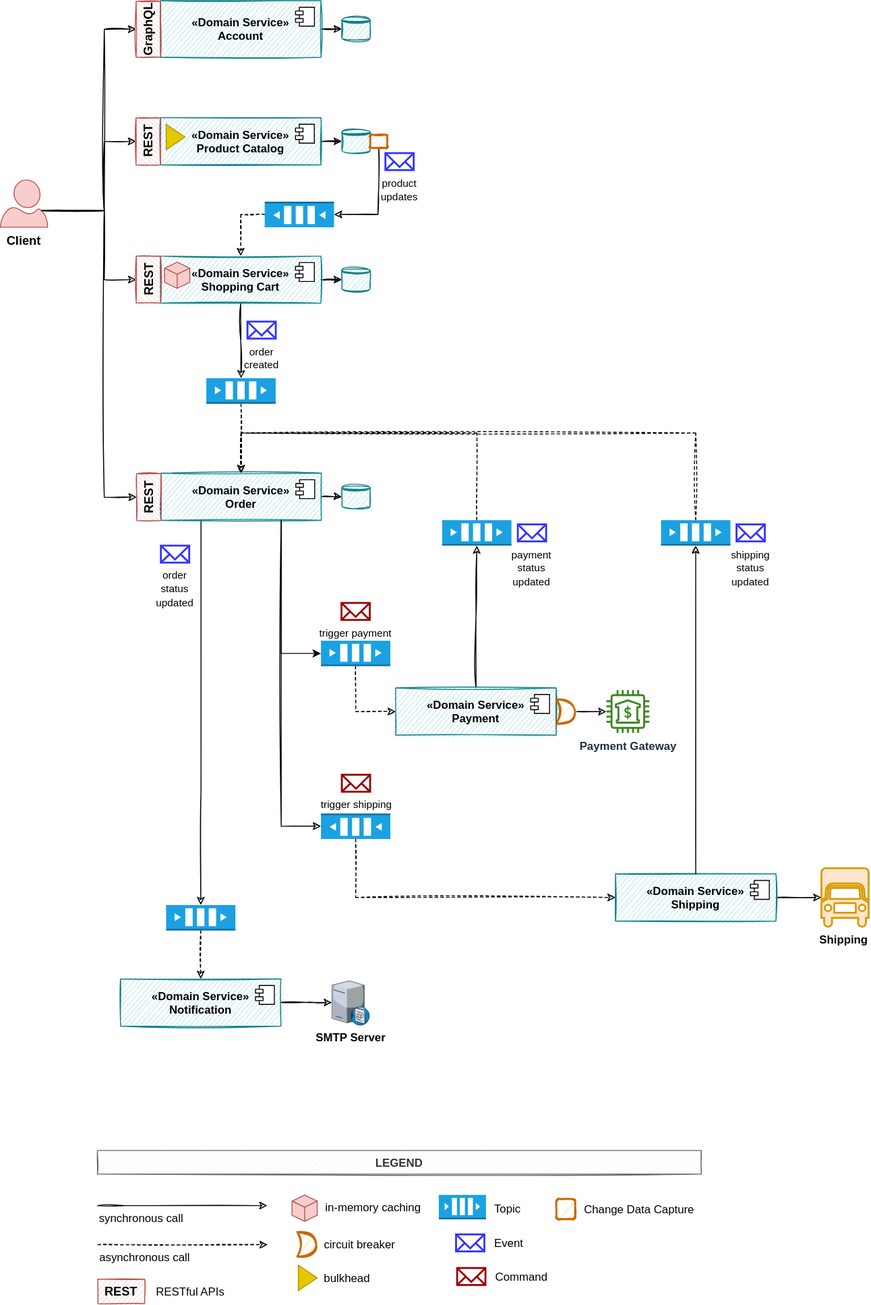
Before: assets/diagrams/software-architecture-diagram.svg, a diagram exported from draw.io (ionutbalosin/ecommerce-app). Source tidied: cells renumbered, new cells last; positions are measured from the earlier drawing's top-left corner, leaving out a move shared by most shapes.
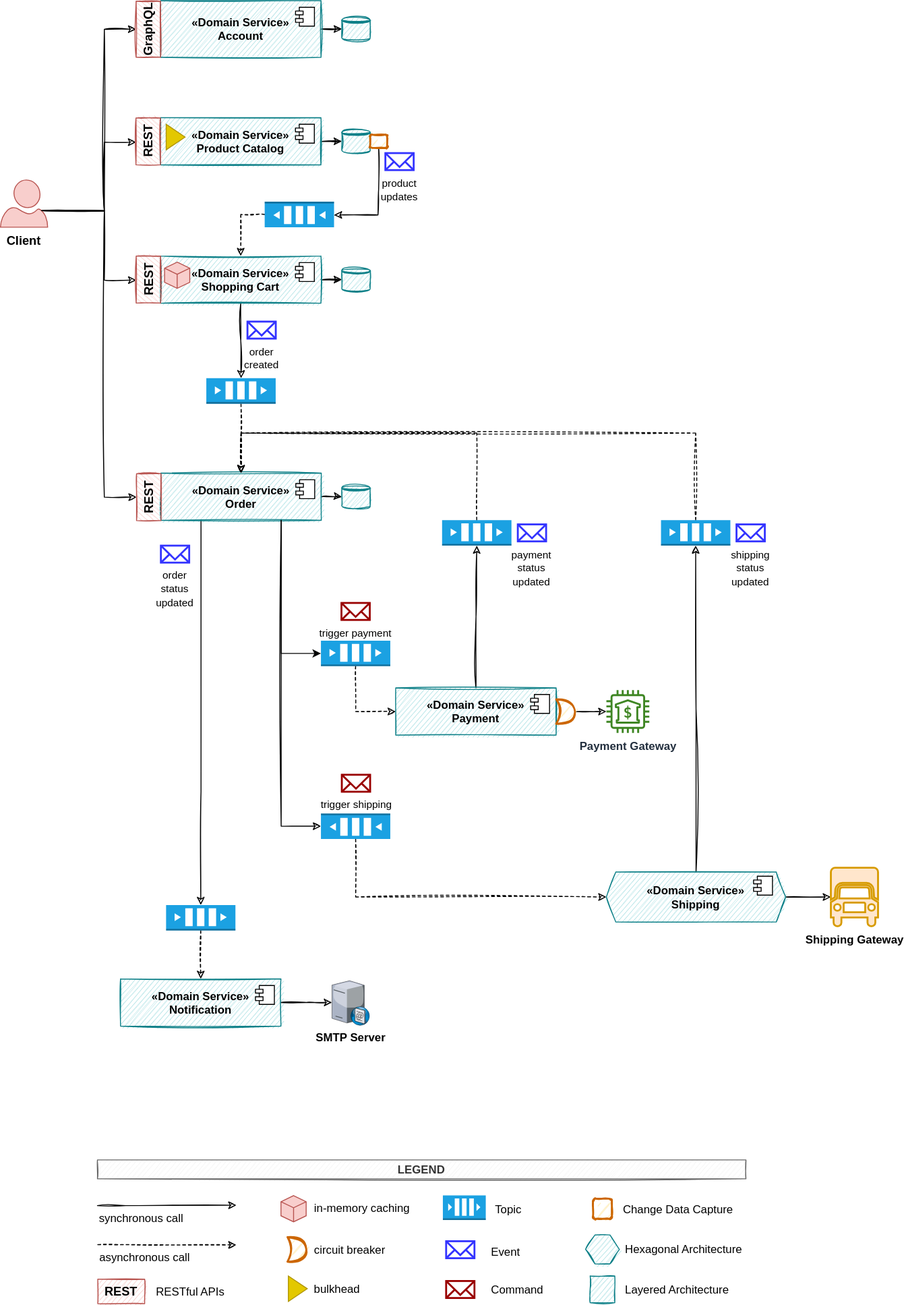
After the commit.

Change to the diagram source:
```diff
@@ -11,14 +11,14 @@
     <mxCell id="4" style="edgeStyle=orthogonalEdgeStyle;rounded=0;orthogonalLoop=1;jettySize=auto;sketch=1;" parent="1" edge="1">
       <mxGeometry relative="1" as="geometry">
         <mxPoint x="102.8" y="1276.4" as="sourcePoint" />
-        <mxPoint x="282.8" y="1276.4" as="targetPoint" />
+        <mxPoint x="250" y="1276" as="targetPoint" />
         <Array as="points">
           <mxPoint x="132.8" y="1276.4" />
         </Array>
       </mxGeometry>
     </mxCell>
     <mxCell id="5" value="LEGEND" style="text;align=center;verticalAlign=middle;rounded=0;fontStyle=1;sketch=1;fillColor=#f5f5f5;fontColor=#333333;strokeColor=#666666;" parent="1" vertex="1">
-      <mxGeometry x="102.8" y="1218" width="640" height="25" as="geometry" />
+      <mxGeometry x="102.8" y="1228" width="687.2" height="20" as="geometry" />
     </mxCell>
     <mxCell id="6" style="shape=datastore;fillColor=#b0e3e6;strokeColor=#0e8088;sketch=1;shadow=0;fontStyle=1;" parent="1" vertex="1">
       <mxGeometry x="361.8" y="283" width="30" height="25" as="geometry" />
@@ -37,13 +37,13 @@
       <mxGeometry x="361.8" y="513.1" width="30" height="25" as="geometry" />
     </mxCell>
     <mxCell id="10" style="html=1;whiteSpace=wrap;shape=isoCube2;backgroundOutline=1;isoAngle=15;fillColor=#f8cecc;strokeColor=#b85450;" parent="1" vertex="1">
-      <mxGeometry x="309" y="1265.2" width="26.7" height="27.8" as="geometry" />
+      <mxGeometry x="297.2" y="1265.9" width="26.7" height="27.8" as="geometry" />
     </mxCell>
     <mxCell id="11" value="in-memory caching" style="text;strokeColor=none;fillColor=none;align=left;verticalAlign=middle;rounded=0;" parent="1" vertex="1">
-      <mxGeometry x="342.5" y="1263" width="120" height="30" as="geometry" />
+      <mxGeometry x="330.8" y="1263.6" width="120" height="30" as="geometry" />
     </mxCell>
     <mxCell id="12" value="circuit breaker" style="text;strokeColor=none;fillColor=none;align=left;verticalAlign=middle;rounded=0;" parent="1" vertex="1">
-      <mxGeometry x="341.2" y="1302.4" width="120" height="30" as="geometry" />
+      <mxGeometry x="330.8" y="1307.8" width="120" height="30" as="geometry" />
     </mxCell>
     <mxCell id="13" value="asynchronous call" style="text;strokeColor=none;fillColor=none;align=left;verticalAlign=middle;rounded=0;" parent="1" vertex="1">
       <mxGeometry x="103.1" y="1315.8" width="140" height="30" as="geometry" />
@@ -51,26 +51,26 @@
     <mxCell id="14" style="edgeStyle=orthogonalEdgeStyle;rounded=0;orthogonalLoop=1;jettySize=auto;dashed=1;sketch=1;" parent="1" edge="1">
       <mxGeometry relative="1" as="geometry">
         <mxPoint x="103.1" y="1317.8" as="sourcePoint" />
-        <mxPoint x="283.1" y="1317.8" as="targetPoint" />
+        <mxPoint x="250" y="1318" as="targetPoint" />
         <Array as="points">
           <mxPoint x="133.1" y="1317.8" />
         </Array>
       </mxGeometry>
     </mxCell>
     <mxCell id="15" style="dashed=0;verticalLabelPosition=bottom;verticalAlign=top;align=center;html=1;shape=mxgraph.aws3.queue;fillColor=#1ba1e2;gradientColor=none;rotation=0;strokeColor=#006EAF;fontColor=#ffffff;sketch=0;shadow=0;" parent="1" vertex="1">
-      <mxGeometry x="464.5" y="1265" width="50" height="26" as="geometry" />
+      <mxGeometry x="468.8" y="1265.6" width="45.5" height="26" as="geometry" />
     </mxCell>
     <mxCell id="16" value="Topic" style="text;strokeColor=none;fillColor=none;align=left;verticalAlign=middle;rounded=0;" parent="1" vertex="1">
-      <mxGeometry x="521.6" y="1264.1" width="61.1" height="30" as="geometry" />
+      <mxGeometry x="522.5" y="1264.7" width="61.1" height="30" as="geometry" />
     </mxCell>
     <mxCell id="17" value="&lt;font style=&quot;font-size: 11px;&quot;&gt;trigger payment&lt;/font&gt;" style="html=1;verticalLabelPosition=bottom;align=center;labelBackgroundColor=#ffffff;verticalAlign=top;strokeWidth=2;strokeColor=#990000;shadow=0;dashed=0;shape=mxgraph.ios7.icons.mail;fillColor=none;" parent="1" vertex="1">
       <mxGeometry x="361.4" y="638" width="30" height="18" as="geometry" />
     </mxCell>
     <mxCell id="18" style="html=1;verticalLabelPosition=bottom;align=center;labelBackgroundColor=#ffffff;verticalAlign=top;strokeWidth=2;strokeColor=#3333FF;shadow=0;dashed=0;shape=mxgraph.ios7.icons.mail;" parent="1" vertex="1">
-      <mxGeometry x="482.8" y="1306.9" width="30" height="18" as="geometry" />
+      <mxGeometry x="472.3" y="1314.1" width="30" height="18" as="geometry" />
     </mxCell>
     <mxCell id="19" value="Event" style="text;strokeColor=none;fillColor=none;align=left;verticalAlign=middle;rounded=0;" parent="1" vertex="1">
-      <mxGeometry x="521.6" y="1300.9" width="61.1" height="30" as="geometry" />
+      <mxGeometry x="518.3" y="1310.1" width="61.1" height="30" as="geometry" />
     </mxCell>
     <mxCell id="20" style="edgeStyle=orthogonalEdgeStyle;rounded=0;jettySize=auto;html=1;exitX=0.87;exitY=0.65;exitDx=0;exitDy=0;entryX=0.5;entryY=0;entryDx=0;entryDy=0;sketch=1;exitPerimeter=0;" parent="1" edge="1" source="63" target="89">
       <mxGeometry relative="1" as="geometry">
@@ -119,14 +119,6 @@
         </Array>
       </mxGeometry>
     </mxCell>
-    <mxCell id="30" value="«Domain Service»&#10;Shipping" style="fillColor=#b0e3e6;strokeColor=#0e8088;sketch=1;shadow=0;fontStyle=1;" parent="1" vertex="1">
-      <mxGeometry x="651.8" y="925" width="170" height="50" as="geometry" />
-    </mxCell>
-    <mxCell id="31" style="shape=component;jettyWidth=8;jettyHeight=4;" parent="30" vertex="1">
-      <mxGeometry x="1" width="20" height="20" relative="1" as="geometry">
-        <mxPoint x="-27" y="7" as="offset" />
-      </mxGeometry>
-    </mxCell>
     <mxCell id="32" style="edgeStyle=orthogonalEdgeStyle;rounded=0;jettySize=auto;html=1;exitX=0.5;exitY=0;exitDx=0;exitDy=0;exitPerimeter=0;dashed=1;fontSize=11;entryX=0;entryY=0.5;entryDx=0;entryDy=0;sketch=1;" parent="1" edge="1" source="33" target="30">
       <mxGeometry relative="1" as="geometry" />
     </mxCell>
@@ -197,7 +189,7 @@
       </mxGeometry>
     </mxCell>
     <mxCell id="52" value="Change Data Capture" style="text;strokeColor=none;fillColor=none;align=left;verticalAlign=middle;rounded=0;" parent="1" vertex="1">
-      <mxGeometry x="616.8" y="1265" width="126.2" height="30" as="geometry" />
+      <mxGeometry x="658" y="1264.7" width="126.2" height="30" as="geometry" />
     </mxCell>
     <mxCell id="53" value="&lt;b&gt;SMTP Server&lt;/b&gt;" style="verticalLabelPosition=bottom;sketch=0;html=1;verticalAlign=top;strokeColor=none;align=center;outlineConnect=0;shape=mxgraph.citrix.smtp_server;" parent="1" vertex="1">
       <mxGeometry x="351.3" y="1037" width="40.1" height="48.5" as="geometry" />
@@ -220,16 +212,16 @@
       <mxGeometry x="407.9" y="161.5" width="30" height="18" as="geometry" />
     </mxCell>
     <mxCell id="58" style="html=1;verticalLabelPosition=bottom;align=center;labelBackgroundColor=#ffffff;verticalAlign=top;strokeWidth=2;strokeColor=#990000;shadow=0;dashed=0;shape=mxgraph.ios7.icons.mail;fillColor=none;" parent="1" vertex="1">
-      <mxGeometry x="483.9" y="1342.5" width="30" height="18" as="geometry" />
+      <mxGeometry x="472.3" y="1356.3" width="30" height="18" as="geometry" />
     </mxCell>
     <mxCell id="59" value="Command" style="text;strokeColor=none;fillColor=none;align=left;verticalAlign=middle;rounded=0;" parent="1" vertex="1">
-      <mxGeometry x="522.8" y="1336.5" width="60" height="30" as="geometry" />
+      <mxGeometry x="518.3" y="1350.3" width="60" height="30" as="geometry" />
     </mxCell>
     <mxCell id="60" style="triangle;whiteSpace=wrap;html=1;fillColor=#e3c800;strokeColor=#B09500;fontColor=#000000;" parent="1" vertex="1">
-      <mxGeometry x="315.7" y="1339.5" width="20" height="27" as="geometry" />
+      <mxGeometry x="305.1" y="1350.9" width="20" height="27" as="geometry" />
     </mxCell>
     <mxCell id="61" value="bulkhead" style="text;strokeColor=none;fillColor=none;align=left;verticalAlign=middle;rounded=0;" parent="1" vertex="1">
-      <mxGeometry x="341.2" y="1338" width="122.2" height="30" as="geometry" />
+      <mxGeometry x="330.6" y="1349.4" width="122.2" height="30" as="geometry" />
     </mxCell>
     <mxCell id="62" style="rounded=1;whiteSpace=wrap;html=1;shadow=0;sketch=1;fillStyle=auto;strokeColor=#CC6600;fillColor=#fff2cc;strokeWidth=2;" parent="1" vertex="1">
       <mxGeometry x="391.8" y="142" width="18" height="14" as="geometry" />
@@ -308,17 +300,17 @@
     <mxCell id="81" value="RESTful APIs" style="text;strokeColor=none;fillColor=none;align=left;verticalAlign=middle;rounded=0;fontFamily=Helvetica;fontSize=12;" parent="1" vertex="1">
       <mxGeometry x="163.1" y="1360.3" width="119.7" height="14.1" as="geometry" />
     </mxCell>
-    <mxCell id="82" value="&lt;b style=&quot;font-size: 12px;&quot;&gt;Shipping&amp;nbsp;&lt;br&gt;&lt;/b&gt;" style="shape=mxgraph.signs.transportation.truck_6;html=1;fillColor=#ffe6cc;strokeColor=#d79b00;verticalLabelPosition=bottom;verticalAlign=top;align=center;sketch=0;strokeWidth=2;fontFamily=Helvetica;fontSize=11;" parent="1" vertex="1">
-      <mxGeometry x="870" y="919" width="50" height="62" as="geometry" />
+    <mxCell id="82" value="&lt;b style=&quot;font-size: 12px;&quot;&gt;Shipping Gateway&lt;br&gt;&lt;/b&gt;" style="shape=mxgraph.signs.transportation.truck_6;html=1;fillColor=#ffe6cc;strokeColor=#d79b00;verticalLabelPosition=bottom;verticalAlign=top;align=center;sketch=0;strokeWidth=2;fontFamily=Helvetica;fontSize=11;" parent="1" vertex="1">
+      <mxGeometry x="880" y="918.5" width="50" height="62" as="geometry" />
     </mxCell>
     <mxCell id="83" style="shape=xor;whiteSpace=wrap;html=1;sketch=1;strokeColor=#CC6600;strokeWidth=2;fontFamily=Helvetica;fontSize=12;fillColor=#fff2cc;rounded=1;shadow=0;fillStyle=auto;" parent="1" vertex="1">
       <mxGeometry x="588.9" y="740.1" width="20" height="26" as="geometry" />
     </mxCell>
     <mxCell id="84" style="shape=xor;whiteSpace=wrap;html=1;sketch=1;strokeColor=#CC6600;strokeWidth=2;fontFamily=Helvetica;fontSize=12;fillColor=#fff2cc;rounded=1;shadow=0;fillStyle=auto;" parent="1" vertex="1">
-      <mxGeometry x="314.5" y="1304.4" width="20" height="26" as="geometry" />
+      <mxGeometry x="304.1" y="1309.8" width="20" height="26" as="geometry" />
     </mxCell>
     <mxCell id="85" style="rounded=1;whiteSpace=wrap;html=1;shadow=0;sketch=1;fillStyle=auto;strokeColor=#CC6600;fillColor=#fff2cc;strokeWidth=2;" parent="1" vertex="1">
-      <mxGeometry x="589" y="1269.4" width="20" height="21.3" as="geometry" />
+      <mxGeometry x="627.9" y="1269.1" width="20" height="21.3" as="geometry" />
     </mxCell>
     <mxCell id="86" style="group;" parent="1" vertex="1">
       <mxGeometry x="143.7" width="196" height="60" as="geometry" />
@@ -355,11 +347,28 @@
       <mxGeometry relative="1" as="geometry" />
     </mxCell>
     <mxCell id="95" style="edgeStyle=orthogonalEdgeStyle;rounded=0;jettySize=auto;html=1;exitX=0.5;exitY=0;exitDx=0;exitDy=0;entryX=0.5;entryY=1;entryDx=0;entryDy=0;entryPerimeter=0;sketch=1;" parent="1" edge="1" source="30" target="92">
-      <mxGeometry relative="1" as="geometry">
-        <Array as="points">
-          <mxPoint x="737" y="924" />
-        </Array>
-      </mxGeometry>
+      <mxGeometry relative="1" as="geometry" />
     </mxCell>
+    <mxCell id="96" style="group;" parent="1" vertex="1">
+      <mxGeometry x="642.1" y="923" width="190" height="53" as="geometry" />
+    </mxCell>
+    <mxCell id="30" value="«Domain Service»&lt;br style=&quot;border-color: var(--border-color); padding: 0px; margin: 0px;&quot;&gt;&lt;span style=&quot;&quot;&gt;Shipping&lt;/span&gt;" style="shape=hexagon;perimeter=hexagonPerimeter2;whiteSpace=wrap;html=1;fixedSize=1;shadow=0;sketch=1;strokeColor=#0e8088;align=center;verticalAlign=middle;fontFamily=Helvetica;fontSize=12;fontColor=default;fontStyle=1;fillColor=#b0e3e6;size=10;" parent="96" vertex="1">
+      <mxGeometry width="190" height="53" as="geometry" />
+    </mxCell>
+    <mxCell id="97" style="shape=component;jettyWidth=8;jettyHeight=4;" parent="96" vertex="1">
+      <mxGeometry x="156" y="4.5" width="20" height="20" as="geometry" />
+    </mxCell>
+    <mxCell id="98" style="shape=hexagon;perimeter=hexagonPerimeter2;whiteSpace=wrap;html=1;fixedSize=1;shadow=0;sketch=1;strokeColor=#0e8088;align=center;verticalAlign=middle;fontFamily=Helvetica;fontSize=12;fontColor=default;fontStyle=1;fillColor=#b0e3e6;size=10;" parent="1" vertex="1">
+      <mxGeometry x="620" y="1307.5" width="35.9" height="30.6" as="geometry" />
+    </mxCell>
+    <mxCell id="99" value="Hexagonal Architecture" style="text;strokeColor=none;fillColor=none;align=left;verticalAlign=middle;rounded=0;" parent="1" vertex="1">
+      <mxGeometry x="660.3" y="1307.1" width="126.2" height="30" as="geometry" />
+    </mxCell>
+    <mxCell id="100" style="shape=hexagon;perimeter=hexagonPerimeter2;whiteSpace=wrap;html=1;fixedSize=1;shadow=0;sketch=1;strokeColor=#0e8088;align=center;verticalAlign=middle;fontFamily=Helvetica;fontSize=12;fontColor=default;fontStyle=1;fillColor=#b0e3e6;size=-8.860000000000127;" parent="1" vertex="1">
+      <mxGeometry x="624.9" y="1350.9" width="26.1" height="28.4" as="geometry" />
+    </mxCell>
+    <mxCell id="101" value="Layered Architecture" style="text;strokeColor=none;fillColor=none;align=left;verticalAlign=middle;rounded=0;" parent="1" vertex="1">
+      <mxGeometry x="660.3" y="1350.3" width="126.2" height="30" as="geometry" />
+    </mxCell>
   </root>
 </mxGraphModel>
```
